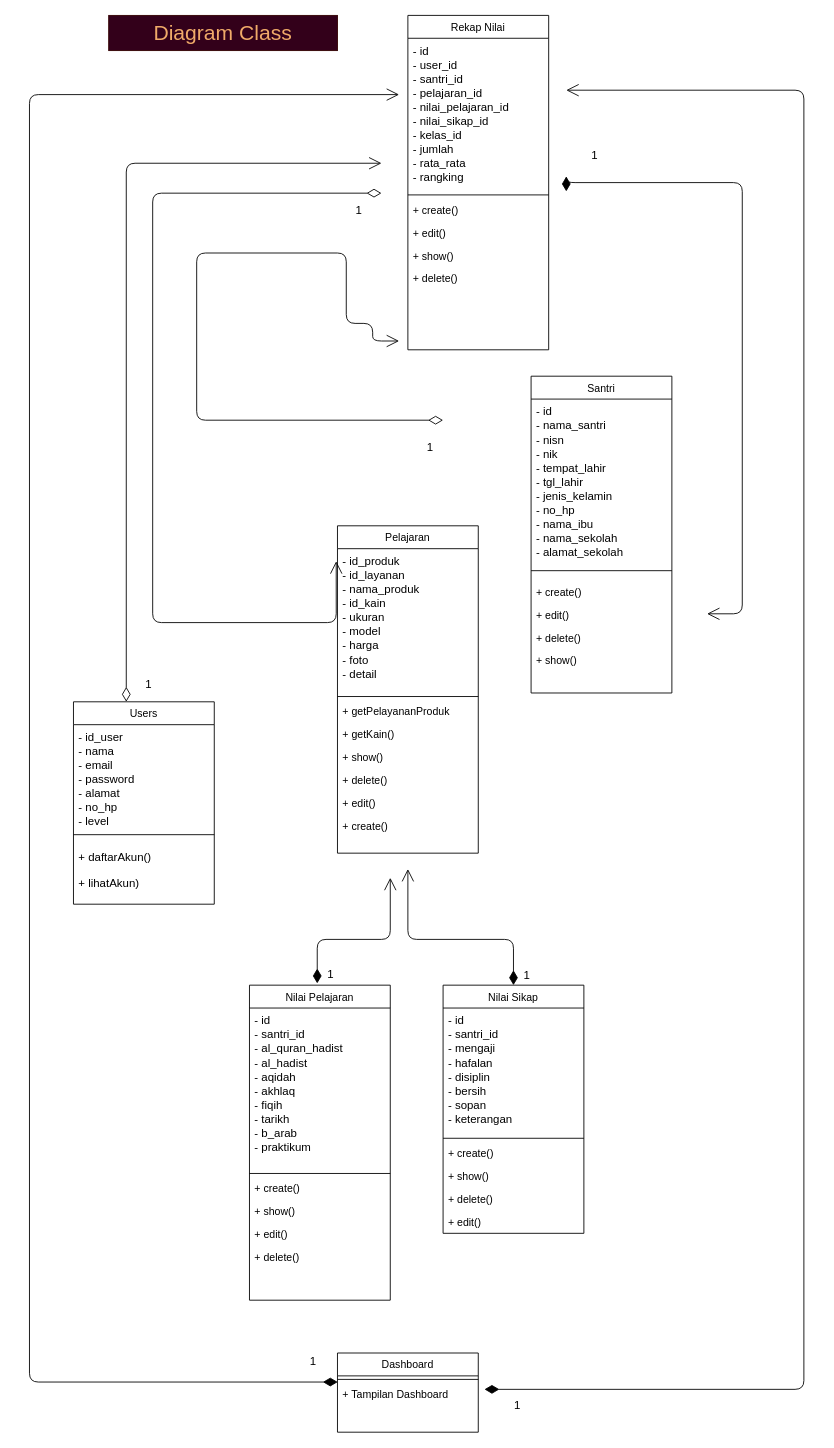
Before: page "Diagram-Class" (4 of 17) of draw.io/Proyek-3.drawio in Tugas-Proyek-Polindra/proyek-3, a draw.io diagram. Source tidied: cells renumbered, new cells numbered last; positions are measured from the earlier drawing's top-left corner, leaving out a move shared by most shapes. Both pictures are drawn from the tidied source at 88%, with x=0, y=0 at pixel (29, 15).
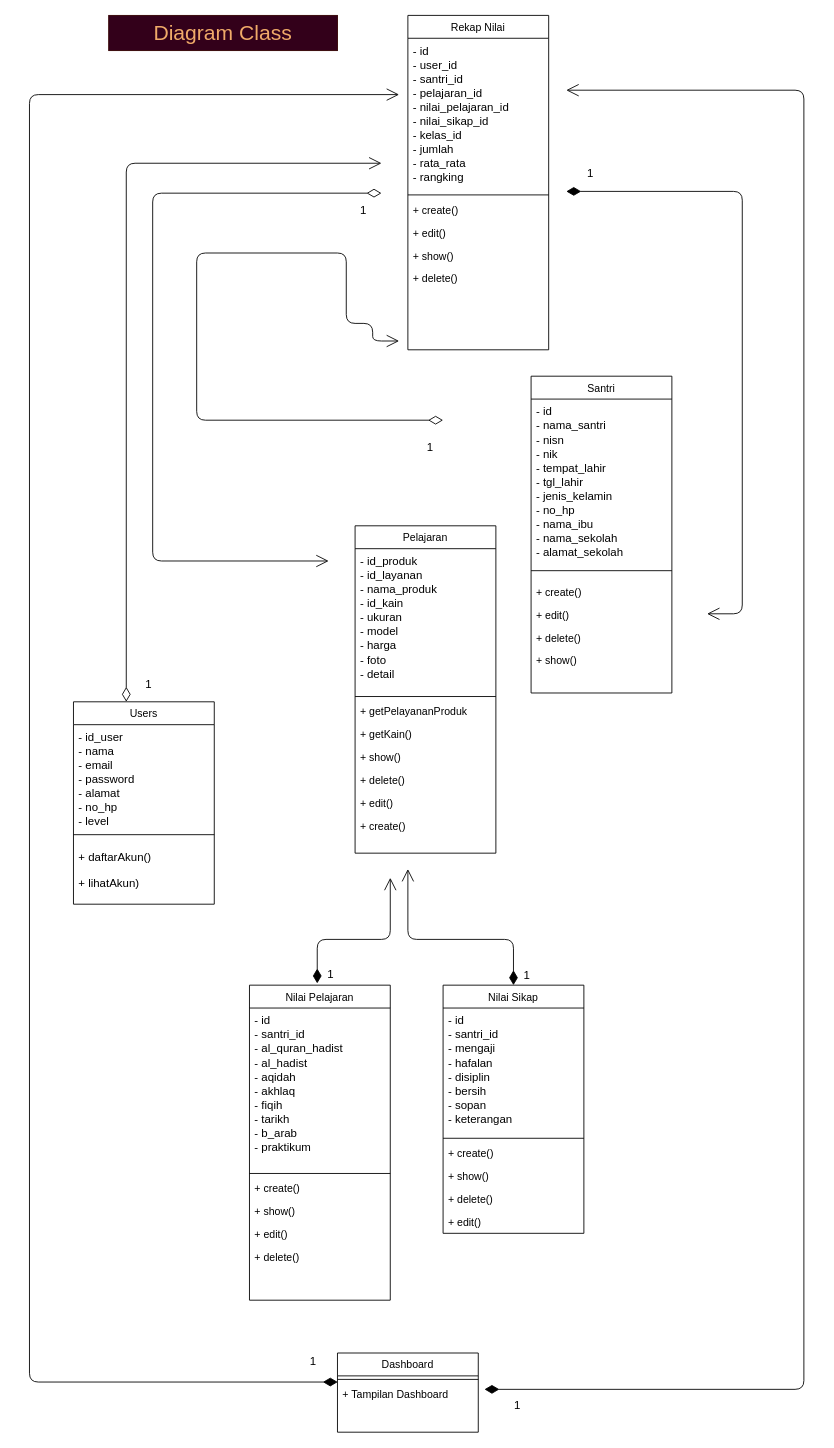
After the change.

The change refers to these unchanged cells:
```xml
<mxCell id="9" value="- id_produk&#10;- id_layanan&#10;- nama_produk&#10;- id_kain&#10;- ukuran&#10;- model&#10;- harga&#10;- foto&#10;- detail" style="text;align=left;verticalAlign=top;spacingLeft=4;spacingRight=4;overflow=hidden;points=[[0,0.5],[1,0.5]];portConstraint=eastwest;fontSize=13;" parent="8" vertex="1">
  <mxGeometry y="26" width="160" height="164" as="geometry" />
</mxCell>
<mxCell id="24" value="Rekap Nilai" style="swimlane;fontStyle=0;align=center;verticalAlign=top;horizontal=1;startSize=26;rounded=0;shadow=0;strokeWidth=1;" parent="1" vertex="1">
  <mxGeometry x="430" width="160" height="380" as="geometry" />
</mxCell>
```

Diff of the diagram source:
```diff
@@
     <mxCell id="8" value="Pelajaran" style="swimlane;fontStyle=0;align=center;verticalAlign=top;horizontal=1;startSize=26;rounded=0;shadow=0;strokeWidth=1;" parent="1" vertex="1">
-      <mxGeometry x="350" y="580" width="160" height="372" as="geometry" />
+      <mxGeometry x="370" y="580" width="160" height="372" as="geometry" />
     </mxCell>
@@
-    <mxCell id="25" value="- id&#10;- user_id&#10;- santri_id&#10;- pelajaran_id&#10;- nilai_pelajaran_id&#10;- nilai_sikap_id&#10;- kelas_id&#10;- jumlah&#10;- rata_rata&#10;- rangking" style="text;align=left;verticalAlign=top;spacingLeft=4;spacingRight=4;overflow=hidden;fontSize=13;" parent="24" vertex="1">
+    <mxCell id="25" value="- id &#10;- user_id&#10;- santri_id&#10;- pelajaran_id&#10;- nilai_pelajaran_id&#10;- nilai_sikap_id&#10;- kelas_id&#10;- jumlah&#10;- rata_rata&#10;- rangking" style="text;align=left;verticalAlign=top;spacingLeft=4;spacingRight=4;overflow=hidden;fontSize=13;" parent="24" vertex="1">
       <mxGeometry y="26" width="160" height="174" as="geometry" />
     </mxCell>
@@
     <mxCell id="51" value="1" style="endArrow=open;html=1;endSize=12;startArrow=diamondThin;startSize=14;startFill=1;edgeStyle=orthogonalEdgeStyle;align=left;verticalAlign=bottom;fontSize=13;entryX=0.5;entryY=0;entryDx=0;entryDy=0;" parent="1" edge="1">
-      <mxGeometry x="-0.9" y="20" relative="1" as="geometry">
+      <mxGeometry x="-0.94" y="10" relative="1" as="geometry">
         <mxPoint x="610" y="200" as="sourcePoint" />
         <mxPoint x="770" y="680" as="targetPoint" />
         <Array as="points">
-          <mxPoint x="610" y="190" />
-          <mxPoint x="810" y="190" />
+          <mxPoint x="810" y="200" />
           <mxPoint x="810" y="680" />
         </Array>
       </mxGeometry>
     </mxCell>
@@
-    <mxCell id="54" value="1" style="endArrow=open;html=1;endSize=12;startArrow=diamondThin;startSize=14;startFill=0;edgeStyle=orthogonalEdgeStyle;align=left;verticalAlign=bottom;fontSize=13;entryX=-0.009;entryY=0.087;entryDx=0;entryDy=0;entryPerimeter=0;" parent="1" edge="1" target="9">
+    <mxCell id="54" value="1" style="endArrow=open;html=1;endSize=12;startArrow=diamondThin;startSize=14;startFill=0;edgeStyle=orthogonalEdgeStyle;align=left;verticalAlign=bottom;fontSize=13;" parent="1" edge="1">
       <mxGeometry x="-0.94" y="30" relative="1" as="geometry">
         <mxPoint x="400" y="202" as="sourcePoint" />
+        <mxPoint x="340" y="620" as="targetPoint" />
         <Array as="points">
           <mxPoint x="140" y="202" />
-          <mxPoint x="140" y="690" />
+          <mxPoint x="140" y="620" />
         </Array>
       </mxGeometry>
     </mxCell>
```
